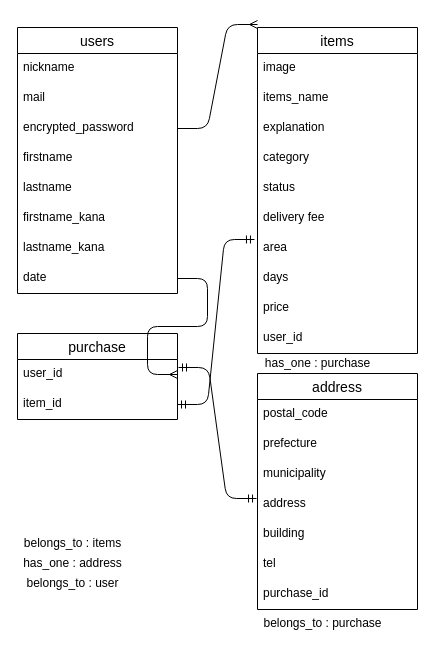
This is furima-22215.dio from dsanrails/furima-22215, a draw.io file, before an edit. Source tidied: cells renumbered, new cells numbered last; positions are measured from the earlier drawing's top-left corner, leaving out a move shared by most shapes. Both pictures are drawn from the tidied source at 100%, with x=0, y=0 at pixel (17, 24).
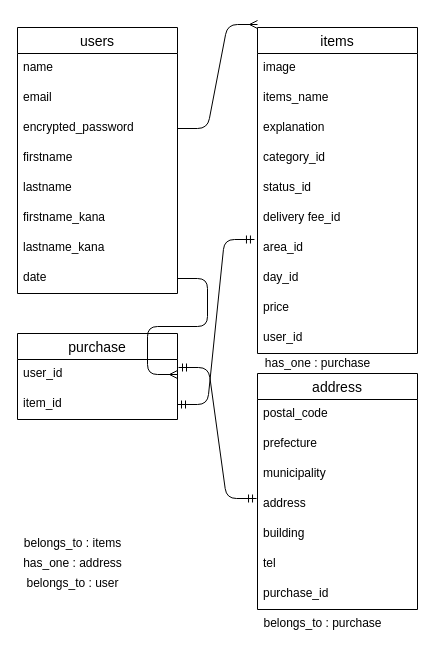
The same page after the edit.

The change refers to these unchanged cells:
```xml
<mxCell id="10" value="users" style="swimlane;fontStyle=0;horizontal=1;startSize=26;align=center;fontSize=14;" parent="1" vertex="1">
  <mxGeometry y="3" width="160" height="266" as="geometry" />
</mxCell>
<mxCell id="19" value="items" style="swimlane;fontStyle=0;horizontal=1;startSize=26;align=center;fontSize=14;" parent="1" vertex="1">
  <mxGeometry x="240" y="3" width="160" height="326" as="geometry" />
</mxCell>
```

The edit, as a diff of the source:
```diff
@@
-    <mxCell id="11" value="nickname" style="text;strokeColor=none;fillColor=none;spacingLeft=4;spacingRight=4;overflow=hidden;fontSize=12;" parent="10" vertex="1">
+    <mxCell id="11" value="name" style="text;strokeColor=none;fillColor=none;spacingLeft=4;spacingRight=4;overflow=hidden;fontSize=12;" parent="10" vertex="1">
       <mxGeometry y="26" width="160" height="30" as="geometry" />
     </mxCell>
-    <mxCell id="12" value="mail" style="text;strokeColor=none;fillColor=none;spacingLeft=4;spacingRight=4;overflow=hidden;fontSize=12;" parent="10" vertex="1">
+    <mxCell id="12" value="email" style="text;strokeColor=none;fillColor=none;spacingLeft=4;spacingRight=4;overflow=hidden;fontSize=12;" parent="10" vertex="1">
       <mxGeometry y="56" width="160" height="30" as="geometry" />
     </mxCell>
@@
-    <mxCell id="23" value="category" style="text;strokeColor=none;fillColor=none;spacingLeft=4;spacingRight=4;overflow=hidden;fontSize=12;" parent="19" vertex="1">
+    <mxCell id="23" value="category_id" style="text;strokeColor=none;fillColor=none;spacingLeft=4;spacingRight=4;overflow=hidden;fontSize=12;" parent="19" vertex="1">
       <mxGeometry y="116" width="160" height="30" as="geometry" />
     </mxCell>
-    <mxCell id="24" value="status" style="text;strokeColor=none;fillColor=none;spacingLeft=4;spacingRight=4;overflow=hidden;fontSize=12;" parent="19" vertex="1">
+    <mxCell id="24" value="status_id" style="text;strokeColor=none;fillColor=none;spacingLeft=4;spacingRight=4;overflow=hidden;fontSize=12;" parent="19" vertex="1">
       <mxGeometry y="146" width="160" height="30" as="geometry" />
     </mxCell>
-    <mxCell id="25" value="delivery fee" style="text;strokeColor=none;fillColor=none;spacingLeft=4;spacingRight=4;overflow=hidden;fontSize=12;" parent="19" vertex="1">
+    <mxCell id="25" value="delivery fee_id" style="text;strokeColor=none;fillColor=none;spacingLeft=4;spacingRight=4;overflow=hidden;fontSize=12;" parent="19" vertex="1">
       <mxGeometry y="176" width="160" height="30" as="geometry" />
     </mxCell>
-    <mxCell id="26" value="area" style="text;strokeColor=none;fillColor=none;spacingLeft=4;spacingRight=4;overflow=hidden;points=[[0,0.5],[1,0.5]];portConstraint=eastwest;fontSize=12;" parent="19" vertex="1">
+    <mxCell id="26" value="area_id" style="text;strokeColor=none;fillColor=none;spacingLeft=4;spacingRight=4;overflow=hidden;points=[[0,0.5],[1,0.5]];portConstraint=eastwest;fontSize=12;" parent="19" vertex="1">
       <mxGeometry y="206" width="160" height="30" as="geometry" />
     </mxCell>
-    <mxCell id="27" value="days" style="text;strokeColor=none;fillColor=none;spacingLeft=4;spacingRight=4;overflow=hidden;fontSize=12;" parent="19" vertex="1">
+    <mxCell id="27" value="day_id" style="text;strokeColor=none;fillColor=none;spacingLeft=4;spacingRight=4;overflow=hidden;fontSize=12;" parent="19" vertex="1">
       <mxGeometry y="236" width="160" height="30" as="geometry" />
     </mxCell>
```
